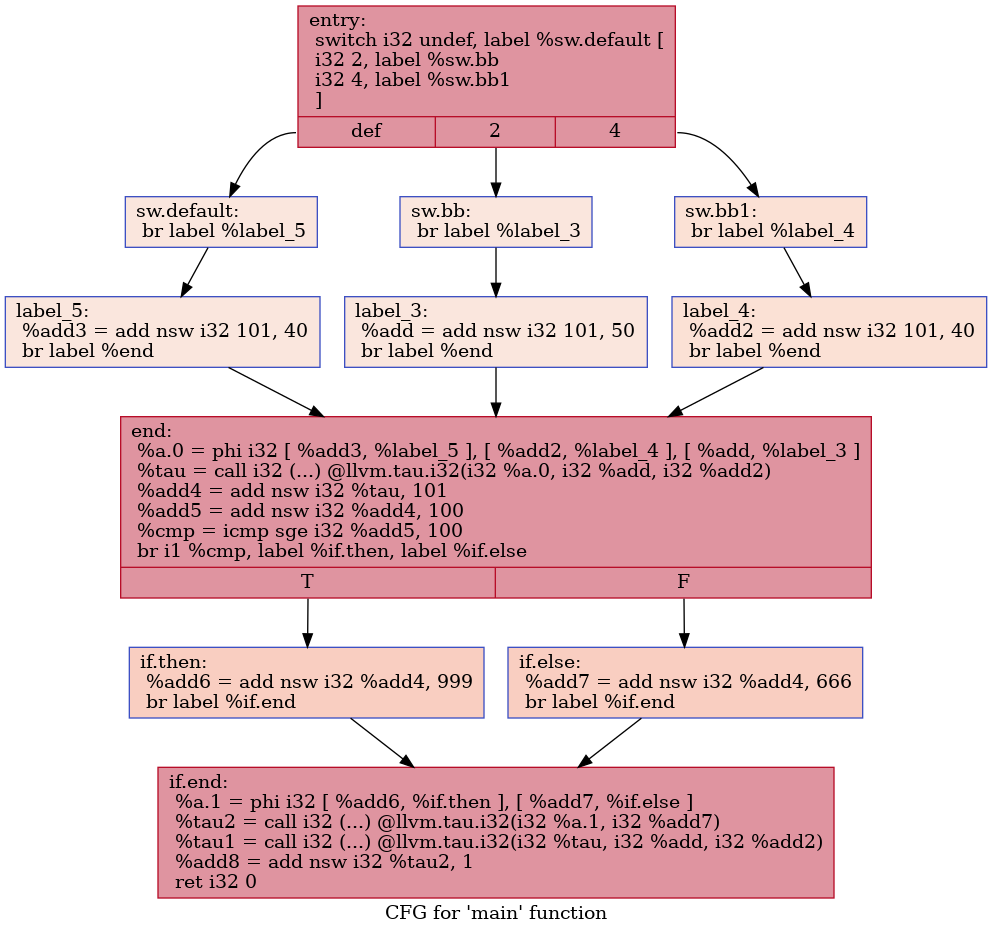
The Graphviz diagram IR/cfg/afterHPSSA.dot.png in HPSSA-LLVM/HPSSA-LLVM, before a commit. Its source is kept beside it as IR/cfg/afterHPSSA.dot.
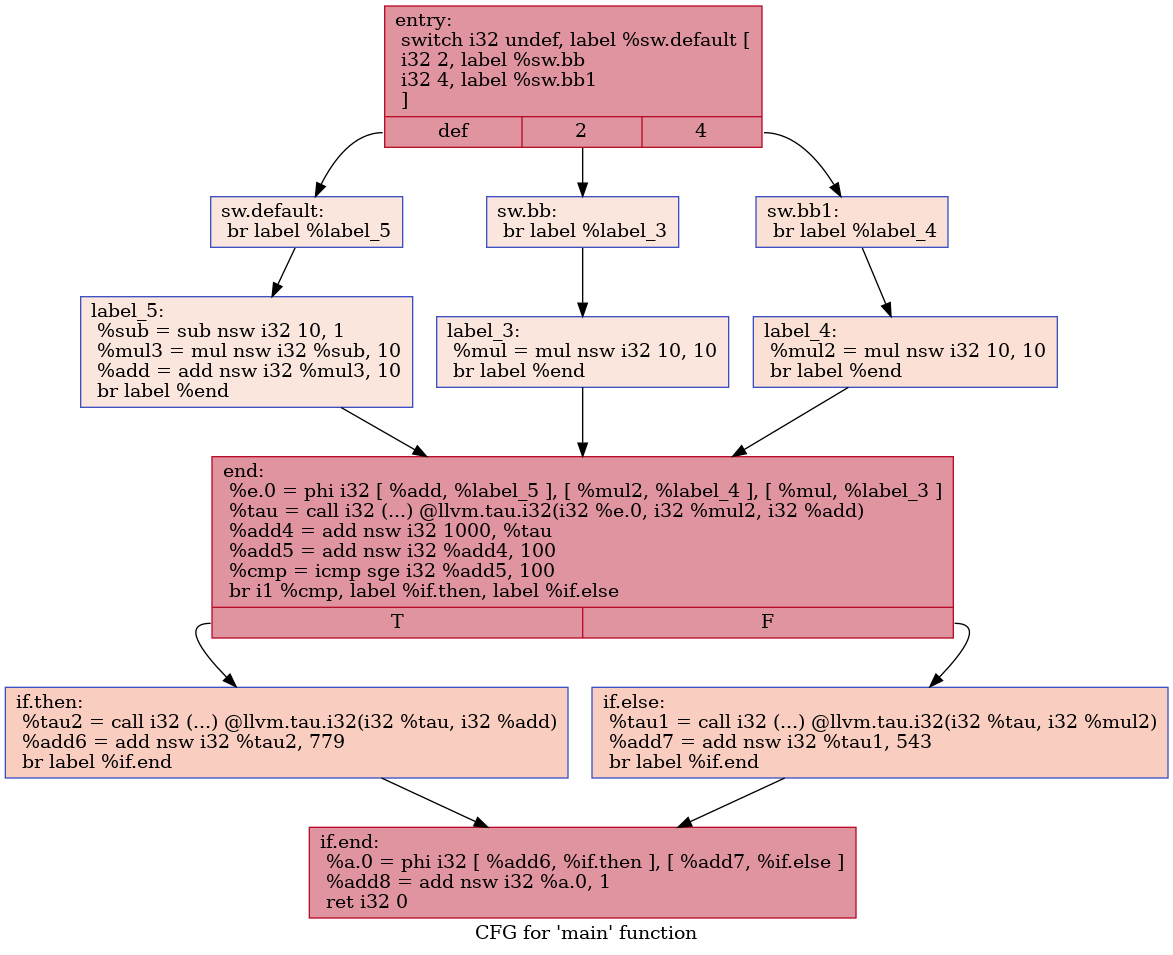
Later version of the same file.

Change to the diagram source:
```diff
@@ -1,28 +1,28 @@
 digraph "CFG for 'main' function" {
 	label="CFG for 'main' function";
 
-	Node0x56322628e9a0 [shape=record,color="#b70d28ff", style=filled, fillcolor="#b70d2870",label="{entry:\l  switch i32 undef, label %sw.default [\l    i32 2, label %sw.bb\l    i32 4, label %sw.bb1\l  ]\l|{<s0>def|<s1>2|<s2>4}}"];
-	Node0x56322628e9a0:s0 -> Node0x56322628ef00;
-	Node0x56322628e9a0:s1 -> Node0x56322628ef80;
-	Node0x56322628e9a0:s2 -> Node0x56322628f020;
-	Node0x56322628ef80 [shape=record,color="#3d50c3ff", style=filled, fillcolor="#f3c7b170",label="{sw.bb:                                            \l  br label %label_3\l}"];
-	Node0x56322628ef80 -> Node0x56322628f1b0;
-	Node0x56322628f020 [shape=record,color="#3d50c3ff", style=filled, fillcolor="#f7bca170",label="{sw.bb1:                                           \l  br label %label_4\l}"];
-	Node0x56322628f020 -> Node0x56322628f290;
-	Node0x56322628ef00 [shape=record,color="#3d50c3ff", style=filled, fillcolor="#f3c7b170",label="{sw.default:                                       \l  br label %label_5\l}"];
-	Node0x56322628ef00 -> Node0x56322628f370;
-	Node0x56322628f1b0 [shape=record,color="#3d50c3ff", style=filled, fillcolor="#f3c7b170",label="{label_3:                                          \l  %add = add nsw i32 101, 50\l  br label %end\l}"];
-	Node0x56322628f1b0 -> Node0x56322628f560;
-	Node0x56322628f290 [shape=record,color="#3d50c3ff", style=filled, fillcolor="#f7bca170",label="{label_4:                                          \l  %add2 = add nsw i32 101, 40\l  br label %end\l}"];
-	Node0x56322628f290 -> Node0x56322628f560;
-	Node0x56322628f370 [shape=record,color="#3d50c3ff", style=filled, fillcolor="#f3c7b170",label="{label_5:                                          \l  %add3 = add nsw i32 101, 40\l  br label %end\l}"];
-	Node0x56322628f370 -> Node0x56322628f560;
-	Node0x56322628f560 [shape=record,color="#b70d28ff", style=filled, fillcolor="#b70d2870",label="{end:                                              \l  %a.0 = phi i32 [ %add3, %label_5 ], [ %add2, %label_4 ], [ %add, %label_3 ]\l  %tau = call i32 (...) @llvm.tau.i32(i32 %a.0, i32 %add, i32 %add2)\l  %add4 = add nsw i32 %tau, 101\l  %add5 = add nsw i32 %add4, 100\l  %cmp = icmp sge i32 %add5, 100\l  br i1 %cmp, label %if.then, label %if.else\l|{<s0>T|<s1>F}}"];
-	Node0x56322628f560:s0 -> Node0x56322628feb0;
-	Node0x56322628f560:s1 -> Node0x56322628ff20;
-	Node0x56322628feb0 [shape=record,color="#3d50c3ff", style=filled, fillcolor="#f2907270",label="{if.then:                                          \l  %add6 = add nsw i32 %add4, 999\l  br label %if.end\l}"];
-	Node0x56322628feb0 -> Node0x563226290120;
-	Node0x56322628ff20 [shape=record,color="#3d50c3ff", style=filled, fillcolor="#f2907270",label="{if.else:                                          \l  %add7 = add nsw i32 %add4, 666\l  br label %if.end\l}"];
-	Node0x56322628ff20 -> Node0x563226290120;
-	Node0x563226290120 [shape=record,color="#b70d28ff", style=filled, fillcolor="#b70d2870",label="{if.end:                                           \l  %a.1 = phi i32 [ %add6, %if.then ], [ %add7, %if.else ]\l  %tau2 = call i32 (...) @llvm.tau.i32(i32 %a.1, i32 %add7)\l  %tau1 = call i32 (...) @llvm.tau.i32(i32 %tau, i32 %add, i32 %add2)\l  %add8 = add nsw i32 %tau2, 1\l  ret i32 0\l}"];
+	Node0x5593e260f9d0 [shape=record,color="#b70d28ff", style=filled, fillcolor="#b70d2870",label="{entry:\l  switch i32 undef, label %sw.default [\l    i32 2, label %sw.bb\l    i32 4, label %sw.bb1\l  ]\l|{<s0>def|<s1>2|<s2>4}}"];
+	Node0x5593e260f9d0:s0 -> Node0x5593e260ff30;
+	Node0x5593e260f9d0:s1 -> Node0x5593e260ffb0;
+	Node0x5593e260f9d0:s2 -> Node0x5593e2610050;
+	Node0x5593e260ffb0 [shape=record,color="#3d50c3ff", style=filled, fillcolor="#f3c7b170",label="{sw.bb:                                            \l  br label %label_3\l}"];
+	Node0x5593e260ffb0 -> Node0x5593e26101e0;
+	Node0x5593e2610050 [shape=record,color="#3d50c3ff", style=filled, fillcolor="#f7bca170",label="{sw.bb1:                                           \l  br label %label_4\l}"];
+	Node0x5593e2610050 -> Node0x5593e26102c0;
+	Node0x5593e260ff30 [shape=record,color="#3d50c3ff", style=filled, fillcolor="#f3c7b170",label="{sw.default:                                       \l  br label %label_5\l}"];
+	Node0x5593e260ff30 -> Node0x5593e26103a0;
+	Node0x5593e26101e0 [shape=record,color="#3d50c3ff", style=filled, fillcolor="#f3c7b170",label="{label_3:                                          \l  %mul = mul nsw i32 10, 10\l  br label %end\l}"];
+	Node0x5593e26101e0 -> Node0x5593e2610560;
+	Node0x5593e26102c0 [shape=record,color="#3d50c3ff", style=filled, fillcolor="#f7bca170",label="{label_4:                                          \l  %mul2 = mul nsw i32 10, 10\l  br label %end\l}"];
+	Node0x5593e26102c0 -> Node0x5593e2610560;
+	Node0x5593e26103a0 [shape=record,color="#3d50c3ff", style=filled, fillcolor="#f3c7b170",label="{label_5:                                          \l  %sub = sub nsw i32 10, 1\l  %mul3 = mul nsw i32 %sub, 10\l  %add = add nsw i32 %mul3, 10\l  br label %end\l}"];
+	Node0x5593e26103a0 -> Node0x5593e2610560;
+	Node0x5593e2610560 [shape=record,color="#b70d28ff", style=filled, fillcolor="#b70d2870",label="{end:                                              \l  %e.0 = phi i32 [ %add, %label_5 ], [ %mul2, %label_4 ], [ %mul, %label_3 ]\l  %tau = call i32 (...) @llvm.tau.i32(i32 %e.0, i32 %mul2, i32 %add)\l  %add4 = add nsw i32 1000, %tau\l  %add5 = add nsw i32 %add4, 100\l  %cmp = icmp sge i32 %add5, 100\l  br i1 %cmp, label %if.then, label %if.else\l|{<s0>T|<s1>F}}"];
+	Node0x5593e2610560:s0 -> Node0x5593e2611040;
+	Node0x5593e2610560:s1 -> Node0x5593e26110b0;
+	Node0x5593e2611040 [shape=record,color="#3d50c3ff", style=filled, fillcolor="#f2907270",label="{if.then:                                          \l  %tau2 = call i32 (...) @llvm.tau.i32(i32 %tau, i32 %add)\l  %add6 = add nsw i32 %tau2, 779\l  br label %if.end\l}"];
+	Node0x5593e2611040 -> Node0x5593e26113e0;
+	Node0x5593e26110b0 [shape=record,color="#3d50c3ff", style=filled, fillcolor="#f2907270",label="{if.else:                                          \l  %tau1 = call i32 (...) @llvm.tau.i32(i32 %tau, i32 %mul2)\l  %add7 = add nsw i32 %tau1, 543\l  br label %if.end\l}"];
+	Node0x5593e26110b0 -> Node0x5593e26113e0;
+	Node0x5593e26113e0 [shape=record,color="#b70d28ff", style=filled, fillcolor="#b70d2870",label="{if.end:                                           \l  %a.0 = phi i32 [ %add6, %if.then ], [ %add7, %if.else ]\l  %add8 = add nsw i32 %a.0, 1\l  ret i32 0\l}"];
 }
```
